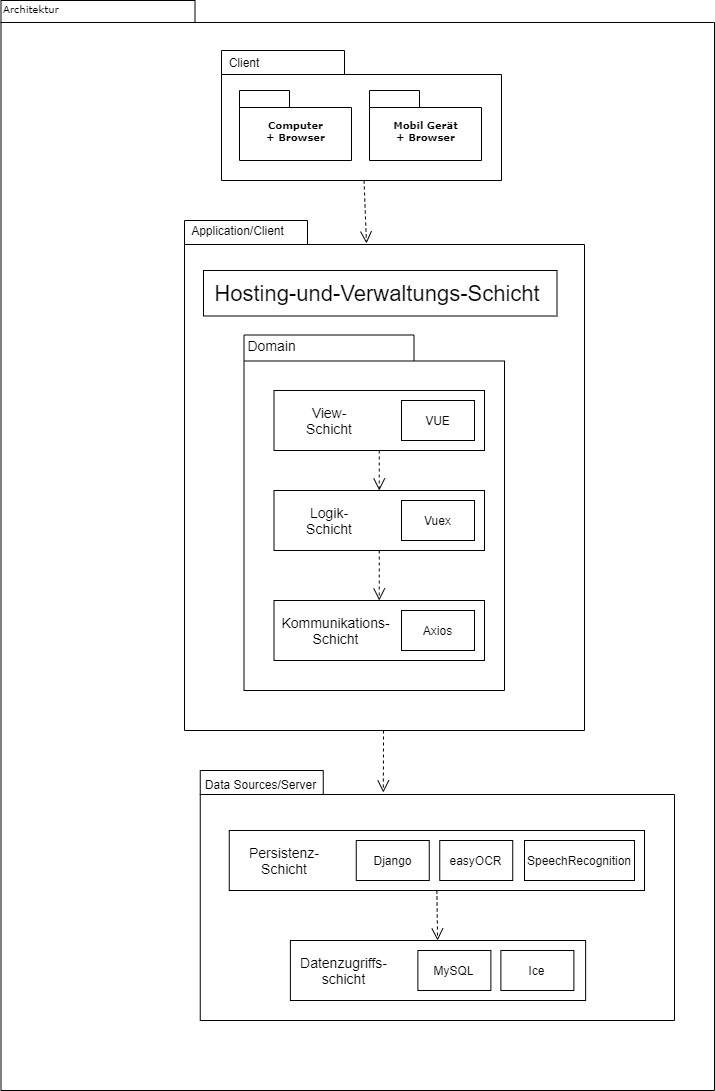
MindCollector-Softwareprojekt2021/MindCollector keeps this draw.io diagram as technische Beschreibung/schichtenmodell.png. Above is the earlier version. Source tidied: cells renumbered, new cells last; positions are measured from the earlier drawing's top-left corner, leaving out a move shared by most shapes.
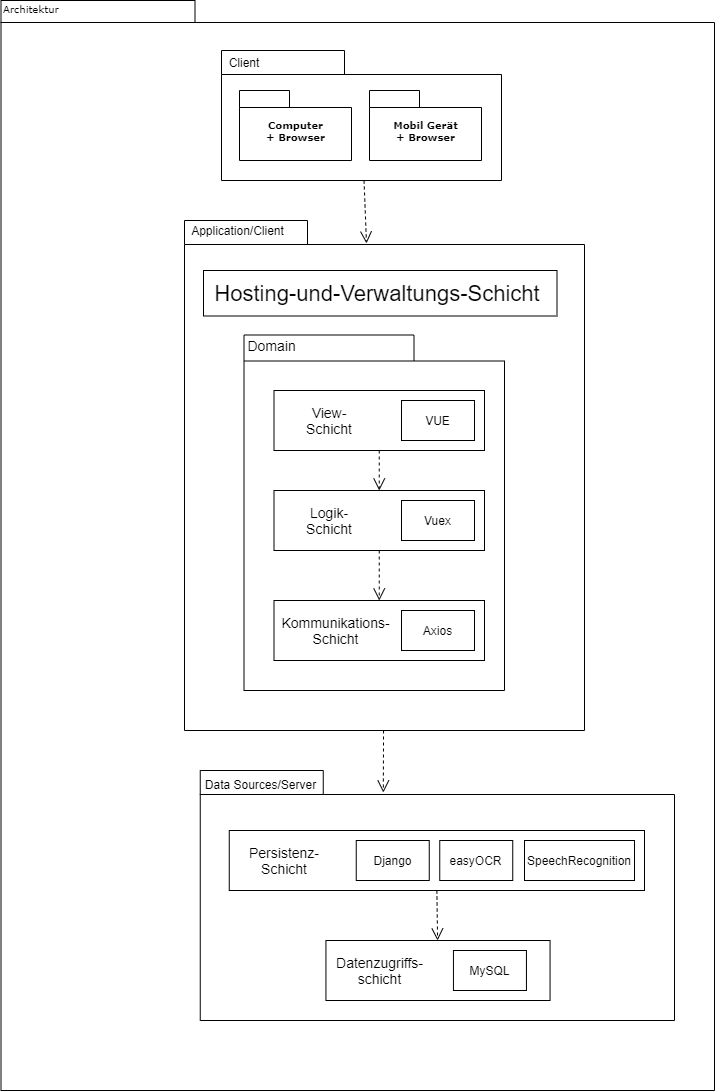
Later version of the same file.

Diff of the diagram source:
```diff
@@ -96,20 +96,17 @@
       <mxGeometry x="263.8" y="850" width="40" height="20" as="geometry" />
     </mxCell>
     <mxCell id="33" style="rounded=0;whiteSpace=wrap;html=1;fontSize=14;" parent="1" vertex="1">
-      <mxGeometry x="289.9" y="940" width="295.2" height="60" as="geometry" />
+      <mxGeometry x="325.4" y="940" width="224.1" height="60" as="geometry" />
     </mxCell>
     <mxCell id="34" value="&lt;span style=&quot;font-size: 14px&quot;&gt;Datenzugriffs-schicht&lt;/span&gt;" style="text;html=1;strokeColor=none;fillColor=none;align=center;verticalAlign=middle;whiteSpace=wrap;rounded=0;" parent="1" vertex="1">
-      <mxGeometry x="322.4" y="960" width="42.5" height="20" as="geometry" />
+      <mxGeometry x="357.9" y="960" width="42.5" height="20" as="geometry" />
     </mxCell>
     <mxCell id="35" value="MySQL" style="rounded=0;whiteSpace=wrap;html=1;" parent="1" vertex="1">
-      <mxGeometry x="417.4" y="950" width="73" height="40" as="geometry" />
+      <mxGeometry x="452.9" y="950" width="73" height="40" as="geometry" />
     </mxCell>
     <mxCell id="36" style="rounded=0;html=1;dashed=1;labelBackgroundColor=none;startFill=0;endArrow=open;endFill=0;endSize=10;fontFamily=Verdana;fontSize=10;exitX=0.5;exitY=1;exitDx=0;exitDy=0;" parent="1" edge="1" source="4" target="33">
       <mxGeometry relative="1" as="geometry" />
     </mxCell>
-    <mxCell id="37" value="Ice" style="rounded=0;whiteSpace=wrap;html=1;" parent="1" vertex="1">
-      <mxGeometry x="500.4" y="950" width="73" height="40" as="geometry" />
-    </mxCell>
     <mxCell id="38" value="easyOCR" style="rounded=0;whiteSpace=wrap;html=1;" parent="1" vertex="1">
       <mxGeometry x="439.2" y="840" width="73" height="40" as="geometry" />
     </mxCell>
```
